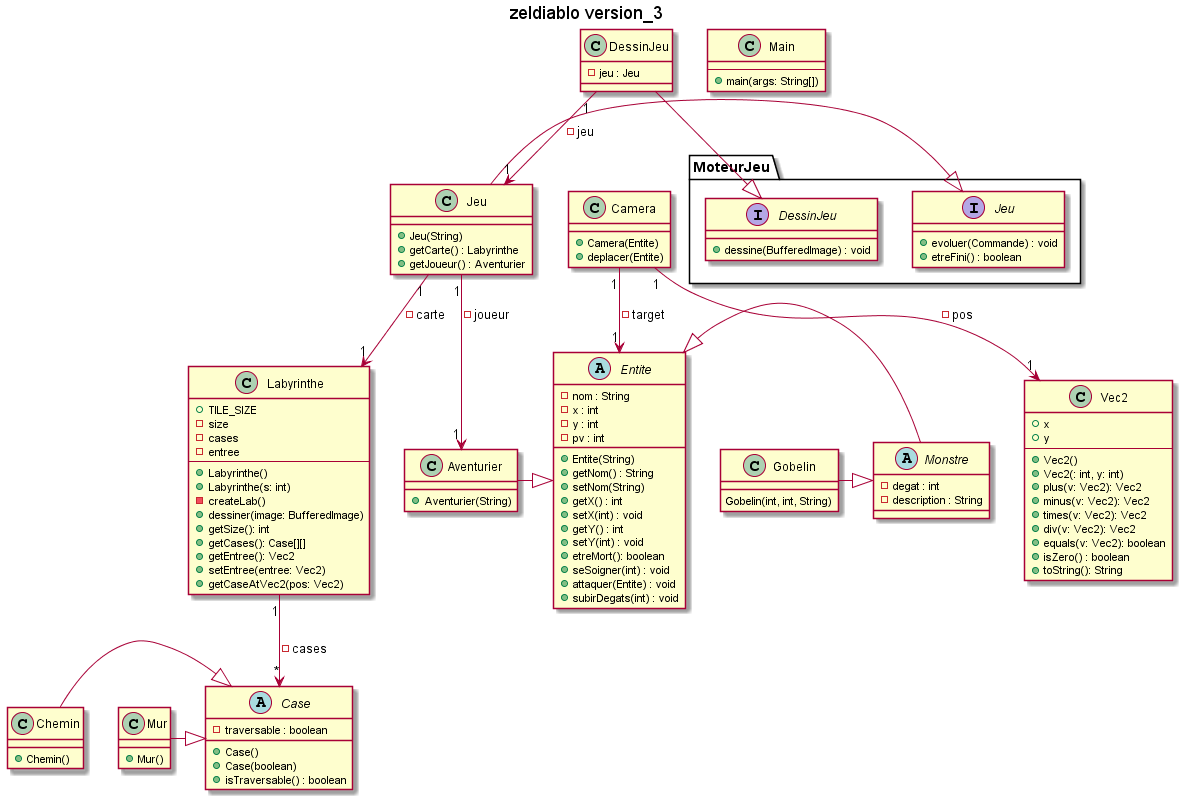
toxicbloud/Zeldiablo keeps this PlantUML diagram as documents/version_3/zeldiablo version_3.png. Above is the earlier version.
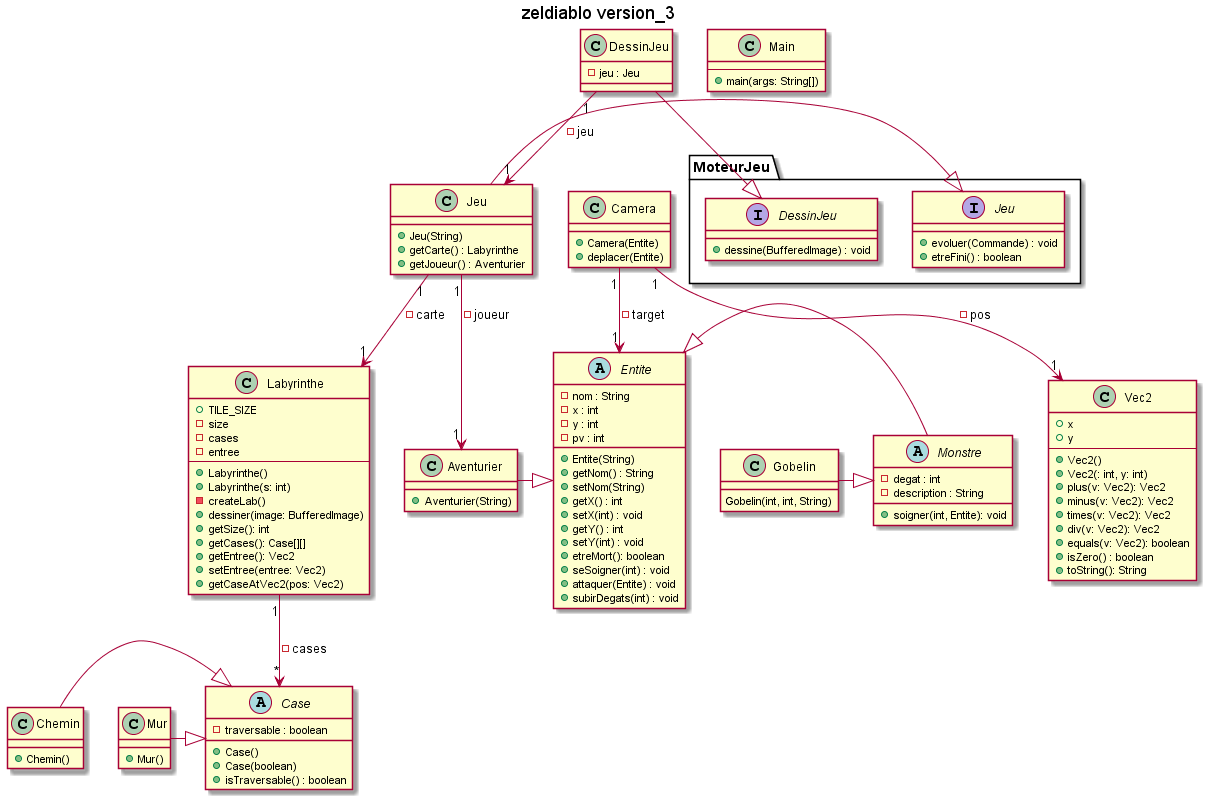
The same diagram one commit later.

Commit message:
maj diagramme classe png

Diff of the diagram source:
```diff
@@ -84,6 +84,7 @@
     - degat : int
     - description : String
 
+    + soigner(int, Entite): void
 }
 
 class Gobelin{
```
